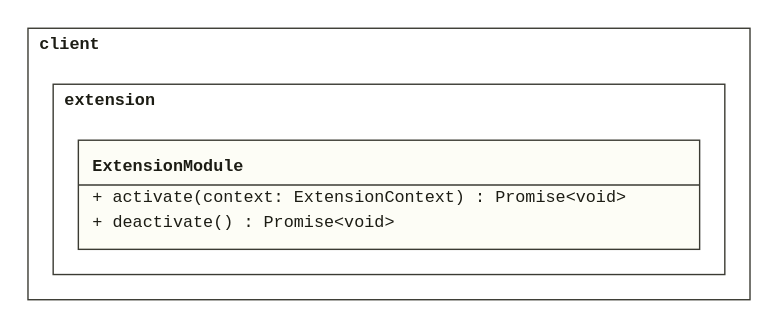
Before: doc/assets/CL_Extension.svg, a diagram exported from PlantUML (derivasoftware/plantuml-vscode). Its source is kept beside it as design/lld/client/CL_Extension.puml.
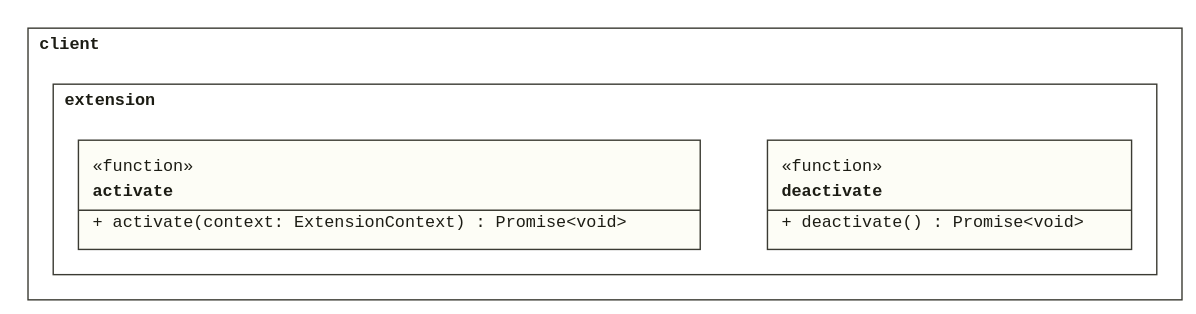
After the change.

Commit message:
Model the module functions on the function axis (BOK-00139-1)

Diff of the diagram source:
```diff
@@ -3,11 +3,12 @@
 !startsub ExtensionModule
 
 namespace client.extension {
-  class "<<module>>" as ExtensionModule {
+  class activate <<function>> {
     + activate(context: ExtensionContext) : Promise<void>
+  }
+  class deactivate <<function>> {
     + deactivate() : Promise<void>
   }
-  ExtensionModule ..> client.serverOptions.ServerOptionsModule
 }
 
 !endsub
```
